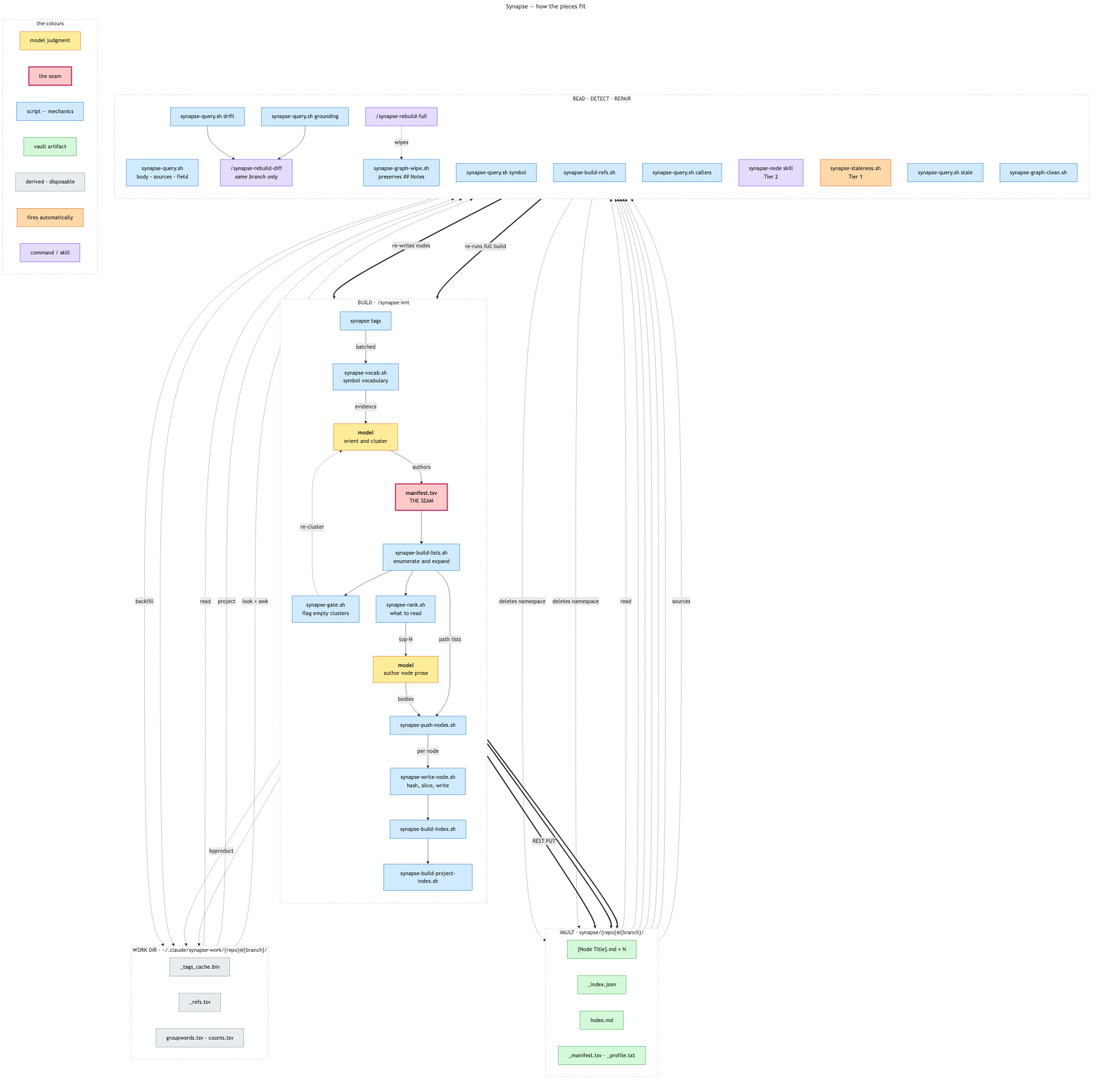
Above: docs/diagrams/synapse-pipeline.png in imunitic/synapse (Mermaid), before the change. Its source is kept beside it as docs/diagrams/synapse-pipeline.mmd. Its diagram source:
```mermaid
---
title: Synapse — how the pieces fit
---
flowchart TB
    classDef model fill:#ffec99,stroke:#e8590c,color:#1e1e1e
    classDef seam fill:#ffc9c9,stroke:#c2255c,color:#1e1e1e,stroke-width:3px
    classDef script fill:#d0ebff,stroke:#1971c2,color:#1e1e1e
    classDef vault fill:#d3f9d8,stroke:#2f9e44,color:#1e1e1e
    classDef work fill:#e9ecef,stroke:#868e96,color:#1e1e1e
    classDef hook fill:#ffd8a8,stroke:#e8590c,color:#1e1e1e
    classDef cmd fill:#e5dbff,stroke:#6741d9,color:#1e1e1e

    subgraph BUILD["BUILD · /synapse-init"]
        direction TB
        TAGS["synapse tags"]
        VOCAB["synapse-vocab.sh<br/>symbol vocabulary"]
        ORIENT["<b>model</b><br/>orient and cluster"]
        MANIFEST["<b>manifest.tsv</b><br/>THE SEAM"]
        LISTS["synapse-build-lists.sh<br/>enumerate and expand"]
        GATE["synapse-gate.sh<br/>flag empty clusters"]
        RANK["synapse-rank.sh<br/>what to read"]
        PROSE["<b>model</b><br/>author node prose"]
        PUSH["synapse-push-nodes.sh"]
        WRITE["synapse-write-node.sh<br/>hash, slice, write"]
        IDX["synapse-build-index.sh"]
        PIDX["synapse-build-project-index.sh"]

        TAGS -->|"batched"| VOCAB
        VOCAB -->|"evidence"| ORIENT
        ORIENT -->|"authors"| MANIFEST
        MANIFEST --> LISTS
        LISTS --> GATE
        GATE -.->|"re-cluster"| ORIENT
        LISTS --> RANK
        RANK -->|"top-N"| PROSE
        LISTS -->|"path lists"| PUSH
        PROSE -->|"bodies"| PUSH
        PUSH -->|"per node"| WRITE
        WRITE --> IDX --> PIDX
    end

    subgraph VAULT["VAULT · synapse/{repo}@{branch}/"]
        direction LR
        NODE["{Node Title}.md × N"]
        JSON["_index.json"]
        INDEX["Index.md"]
        AUX["_manifest.tsv · _profile.txt"]
    end

    subgraph WORK["WORK DIR · ~/.claude/synapse-work/{repo}@{branch}/"]
        direction LR
        TAGSCACHE["_tags_cache.bin"]
        REFSIDX["_refs.tsv"]
        WORDS["groupwords.tsv · counts.tsv"]
    end

    WRITE ==>|"REST PUT"| NODE
    IDX ==> JSON
    PIDX ==> INDEX
    WRITE -.->|"byproduct"| TAGSCACHE
    VOCAB -.-> WORDS

    subgraph USE["READ · DETECT · REPAIR"]
        direction TB
        QUERY["synapse-query.sh<br/>body · sources · field"]
        SYMBOL["synapse-query.sh symbol"]
        REFS["synapse-build-refs.sh"]
        CALLERS["synapse-query.sh callers"]
        NODESKILL["synapse-node skill<br/>Tier 2"]
        STALE1["synapse-staleness.sh<br/>Tier 1"]
        STALE2["synapse-query.sh stale"]
        DRIFT["synapse-query.sh drift"]
        GROUND["synapse-query.sh grounding"]
        REBUILDDIFF["/synapse-rebuild-diff<br/><i>same branch only</i>"]
        REBUILDFULL["/synapse-rebuild-full"]
        CLEAN["synapse-graph-clean.sh"]
        WIPE["synapse-graph-wipe.sh<br/>preserves ## Notes"]

        DRIFT --> REBUILDDIFF
        GROUND --> REBUILDDIFF
        REBUILDFULL -.->|"wipes"| WIPE
    end

    NODE -.->|"read"| QUERY
    NODE -.-> NODESKILL
    JSON -.-> STALE1
    NODE -.-> STALE2
    NODE -.-> DRIFT
    NODE -.-> GROUND
    NODE -.->|"sources"| SYMBOL
    TAGSCACHE -.->|"read"| SYMBOL
    SYMBOL -.->|"backfill"| TAGSCACHE
    TAGSCACHE -.->|"project"| REFS
    REFS -.-> REFSIDX
    REFSIDX -.->|"look + awk"| CALLERS
    REBUILDDIFF ==>|"re-writes nodes"| WRITE
    REBUILDFULL ==>|"re-runs full build"| BUILD
    CLEAN -.->|"deletes namespace"| NODE
    WIPE -.->|"deletes namespace"| NODE

    class ORIENT,PROSE model
    class MANIFEST seam
    class LISTS,PUSH,WRITE,IDX,PIDX,TAGS,VOCAB,GATE,RANK,QUERY,SYMBOL,REFS,CALLERS,STALE2,DRIFT,GROUND,CLEAN,WIPE script
    class NODE,JSON,INDEX,AUX vault
    class TAGSCACHE,REFSIDX,WORDS work
    class STALE1 hook
    class REBUILDDIFF,REBUILDFULL,NODESKILL cmd

    subgraph KEY["the colours"]
        direction LR
        K1["model judgment"]
        K2["the seam"]
        K3["script — mechanics"]
        K4["vault artifact"]
        K7["derived · disposable"]
        K5["fires automatically"]
        K6["command / skill"]
    end
    class K1 model
    class K2 seam
    class K3 script
    class K4 vault
    class K7 work
    class K5 hook
    class K6 cmd

    style BUILD fill:#ffffff,stroke:#adb5bd,stroke-dasharray:4 4
    style VAULT fill:#ffffff,stroke:#adb5bd,stroke-dasharray:4 4
    style WORK fill:#ffffff,stroke:#adb5bd,stroke-dasharray:4 4
    style USE fill:#ffffff,stroke:#adb5bd,stroke-dasharray:4 4
    style KEY fill:#ffffff,stroke:#adb5bd,stroke-dasharray:4 4
```
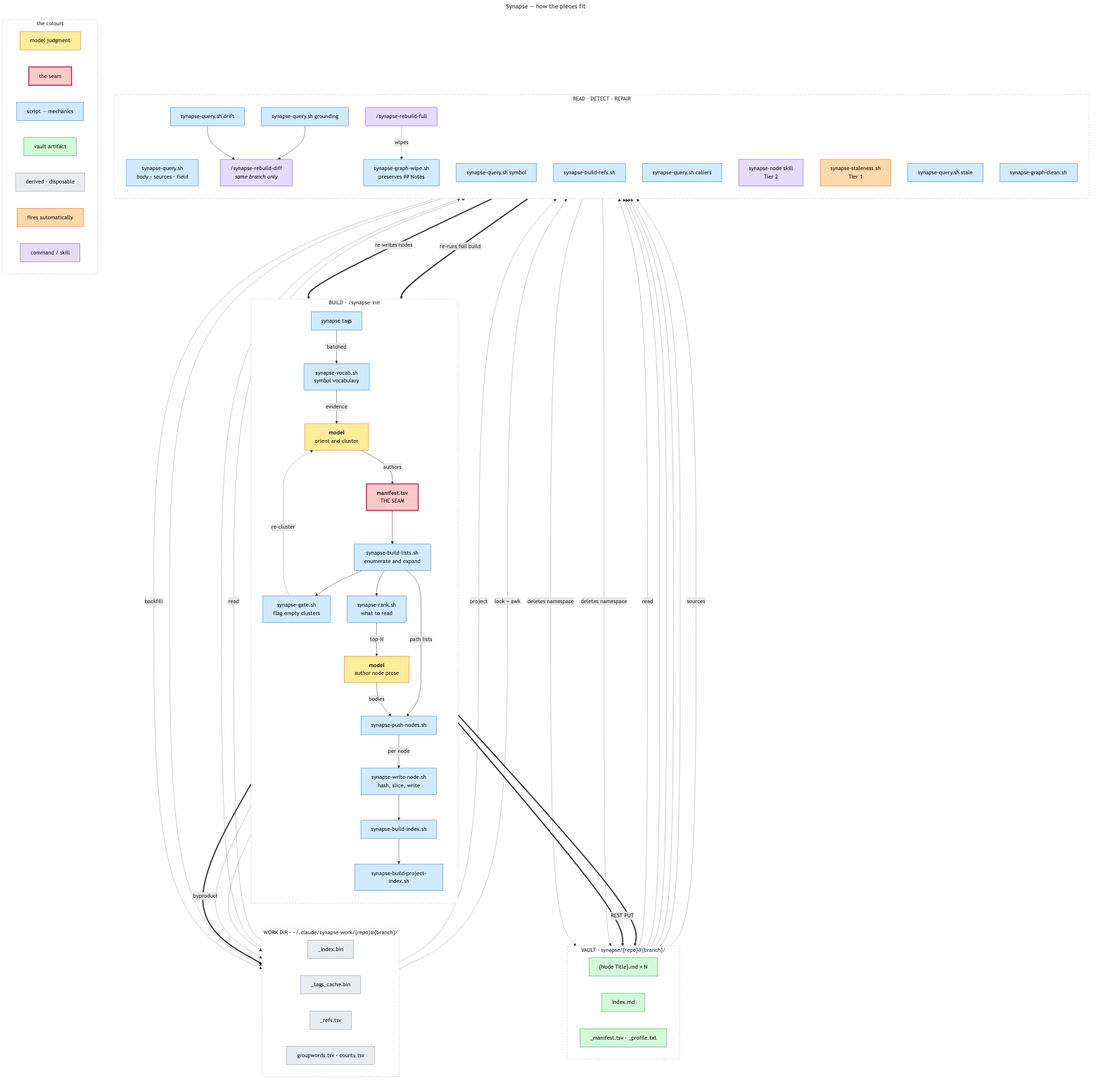
After the commit.

Diff of the diagram source:
```diff
@@ -42,20 +42,20 @@
     subgraph VAULT["VAULT · synapse/{repo}@{branch}/"]
         direction LR
         NODE["{Node Title}.md × N"]
-        JSON["_index.json"]
         INDEX["Index.md"]
         AUX["_manifest.tsv · _profile.txt"]
     end
 
     subgraph WORK["WORK DIR · ~/.claude/synapse-work/{repo}@{branch}/"]
         direction LR
+        IDXBIN["_index.bin"]
         TAGSCACHE["_tags_cache.bin"]
         REFSIDX["_refs.tsv"]
         WORDS["groupwords.tsv · counts.tsv"]
     end
 
     WRITE ==>|"REST PUT"| NODE
-    IDX ==> JSON
+    IDX ==> IDXBIN
     PIDX ==> INDEX
     WRITE -.->|"byproduct"| TAGSCACHE
     VOCAB -.-> WORDS
@@ -83,7 +83,7 @@
 
     NODE -.->|"read"| QUERY
     NODE -.-> NODESKILL
-    JSON -.-> STALE1
+    IDXBIN -.-> STALE1
     NODE -.-> STALE2
     NODE -.-> DRIFT
     NODE -.-> GROUND
@@ -101,8 +101,8 @@
     class ORIENT,PROSE model
     class MANIFEST seam
     class LISTS,PUSH,WRITE,IDX,PIDX,TAGS,VOCAB,GATE,RANK,QUERY,SYMBOL,REFS,CALLERS,STALE2,DRIFT,GROUND,CLEAN,WIPE script
-    class NODE,JSON,INDEX,AUX vault
-    class TAGSCACHE,REFSIDX,WORDS work
+    class NODE,INDEX,AUX vault
+    class IDXBIN,TAGSCACHE,REFSIDX,WORDS work
     class STALE1 hook
     class REBUILDDIFF,REBUILDFULL,NODESKILL cmd
 
```
